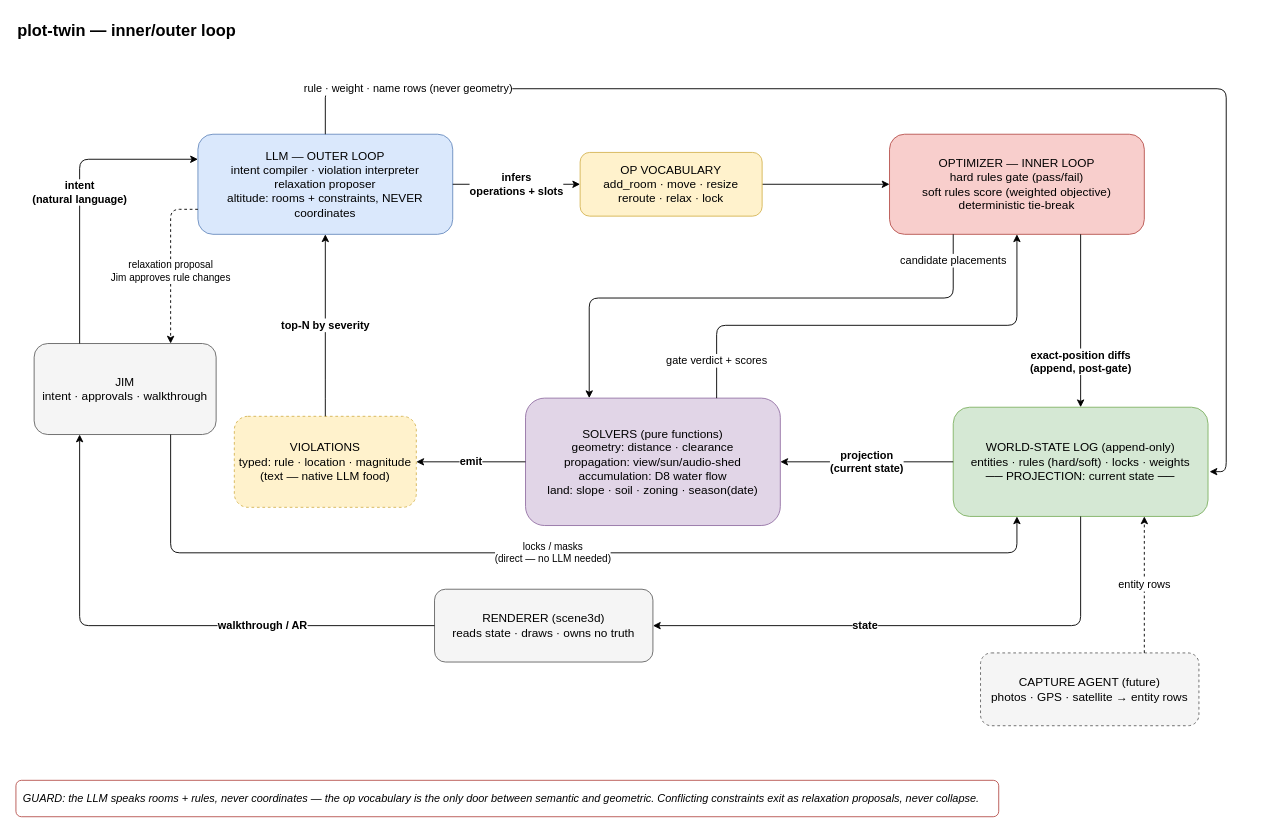
Earlier version of the draw.io diagram docs/architecture.drawio (jjrasche/plot-twin). Source tidied: cells renumbered, new cells numbered last; positions are measured from the earlier drawing's top-left corner, leaving out a move shared by most shapes. Both pictures are drawn from the tidied source at 91%, with x=0, y=0 at pixel (15, 15).
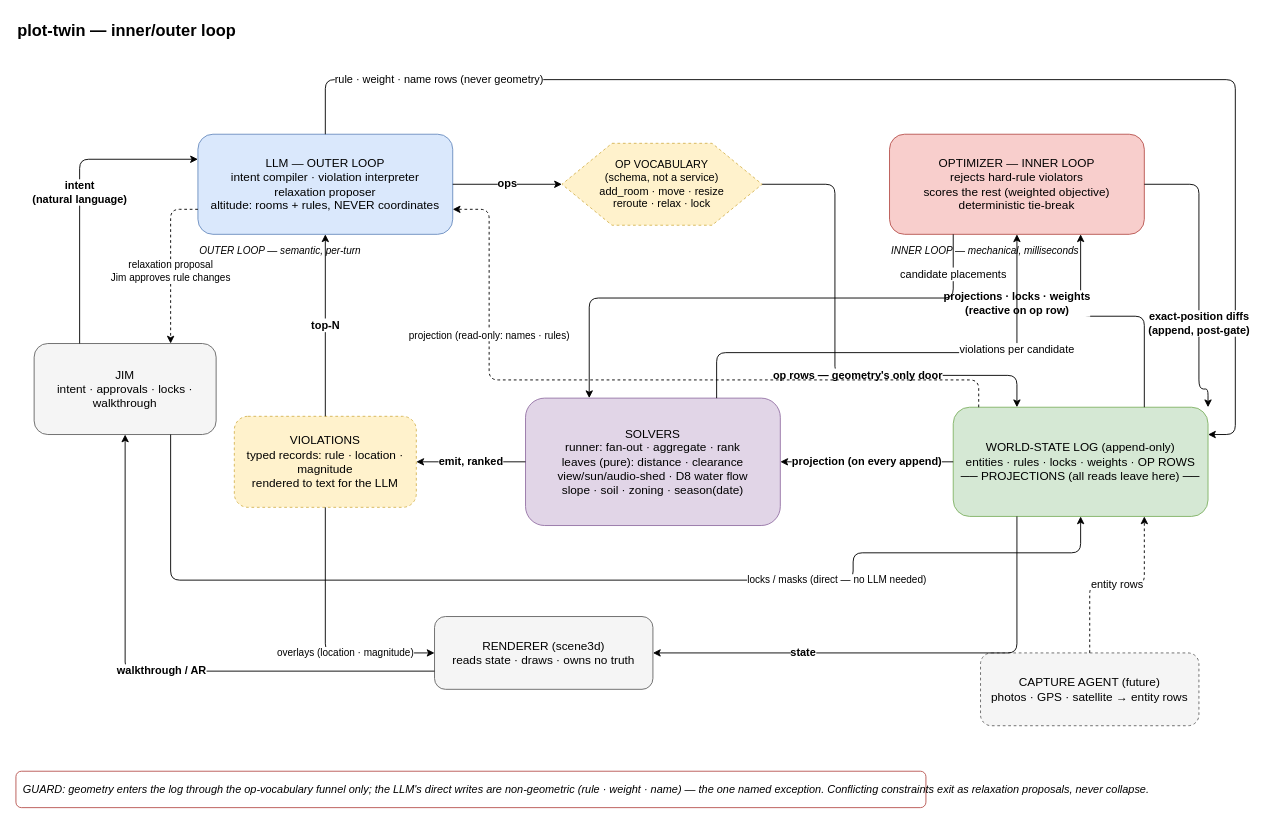
After the change.

Commit message (it also covers changes not shown here):
docs: zero-based-review redraw (ops-as-rows, one gate owner, read edges, overlays) + vision + roadmap

The change refers to these unchanged cells:
```xml
<mxCell id="12" value="CAPTURE AGENT (future)&#10;photos · GPS · satellite → entity rows" style="rounded=1;whiteSpace=wrap;html=1;fillColor=#f5f5f5;strokeColor=#666666;fontSize=13;dashed=1;" parent="1" vertex="1">
  <mxGeometry x="1060" y="700" width="240" height="80" as="geometry" />
</mxCell>
```

Diff of the diagram source:
```diff
@@
-    <mxCell id="3" value="JIM&#10;intent · approvals · walkthrough" style="rounded=1;whiteSpace=wrap;html=1;fillColor=#f5f5f5;strokeColor=#666666;fontSize=13;" parent="1" vertex="1">
+    <mxCell id="3" value="JIM&#10;intent · approvals · locks · walkthrough" style="rounded=1;whiteSpace=wrap;html=1;fillColor=#f5f5f5;strokeColor=#666666;fontSize=13;" parent="1" vertex="1">
       <mxGeometry x="20" y="360" width="200" height="100" as="geometry" />
     </mxCell>
-    <mxCell id="4" value="LLM — OUTER LOOP&#10;intent compiler · violation interpreter&#10;relaxation proposer&#10;altitude: rooms + constraints, NEVER coordinates" style="rounded=1;whiteSpace=wrap;html=1;fillColor=#dae8fc;strokeColor=#6c8ebf;fontSize=13;" parent="1" vertex="1">
+    <mxCell id="4" value="LLM — OUTER LOOP&#10;intent compiler · violation interpreter&#10;relaxation proposer&#10;altitude: rooms + rules, NEVER coordinates" style="rounded=1;whiteSpace=wrap;html=1;fillColor=#dae8fc;strokeColor=#6c8ebf;fontSize=13;" parent="1" vertex="1">
       <mxGeometry x="200" y="130" width="280" height="110" as="geometry" />
     </mxCell>
-    <mxCell id="5" style="edgeStyle=none;html=1;entryX=0;entryY=0.5;entryDx=0;entryDy=0;" parent="1" edge="1" source="6" target="7">
-      <mxGeometry relative="1" as="geometry" />
-    </mxCell>
-    <mxCell id="6" value="OP VOCABULARY&#10;add_room · move · resize&#10;reroute · relax · lock" style="rounded=1;whiteSpace=wrap;html=1;fillColor=#fff2cc;strokeColor=#d6b656;fontSize=13;" parent="1" vertex="1">
-      <mxGeometry x="620" y="150" width="200" height="70" as="geometry" />
+    <mxCell id="6" value="OP VOCABULARY&#10;(schema, not a service)&#10;add_room · move · resize&#10;reroute · relax · lock" style="shape=hexagon;perimeter=hexagonPerimeter2;whiteSpace=wrap;html=1;fillColor=#fff2cc;strokeColor=#d6b656;fontSize=12;dashed=1;" parent="1" vertex="1">
+      <mxGeometry x="600" y="140" width="220" height="90" as="geometry" />
     </mxCell>
-    <mxCell id="7" value="OPTIMIZER — INNER LOOP&#10;hard rules gate (pass/fail)&#10;soft rules score (weighted objective)&#10;deterministic tie-break" style="rounded=1;whiteSpace=wrap;html=1;fillColor=#f8cecc;strokeColor=#b85450;fontSize=13;" parent="1" vertex="1">
+    <mxCell id="7" value="OPTIMIZER — INNER LOOP&#10;rejects hard-rule violators&#10;scores the rest (weighted objective)&#10;deterministic tie-break" style="rounded=1;whiteSpace=wrap;html=1;fillColor=#f8cecc;strokeColor=#b85450;fontSize=13;" parent="1" vertex="1">
       <mxGeometry x="960" y="130" width="280" height="110" as="geometry" />
     </mxCell>
-    <mxCell id="8" value="WORLD-STATE LOG (append-only)&#10;entities · rules (hard/soft) · locks · weights&#10;── PROJECTION: current state ──" style="rounded=1;whiteSpace=wrap;html=1;fillColor=#d5e8d4;strokeColor=#82b366;fontSize=13;" parent="1" vertex="1">
+    <mxCell id="8" value="WORLD-STATE LOG (append-only)&#10;entities · rules · locks · weights · OP ROWS&#10;── PROJECTIONS (all reads leave here) ──" style="rounded=1;whiteSpace=wrap;html=1;fillColor=#d5e8d4;strokeColor=#82b366;fontSize=13;" parent="1" vertex="1">
       <mxGeometry x="1030" y="430" width="280" height="120" as="geometry" />
     </mxCell>
-    <mxCell id="9" value="SOLVERS (pure functions)&#10;geometry: distance · clearance&#10;propagation: view/sun/audio-shed&#10;accumulation: D8 water flow&#10;land: slope · soil · zoning · season(date)" style="rounded=1;whiteSpace=wrap;html=1;fillColor=#e1d5e7;strokeColor=#9673a6;fontSize=13;" parent="1" vertex="1">
+    <mxCell id="9" value="SOLVERS&#10;runner: fan-out · aggregate · rank&#10;leaves (pure): distance · clearance&#10;view/sun/audio-shed · D8 water flow&#10;slope · soil · zoning · season(date)" style="rounded=1;whiteSpace=wrap;html=1;fillColor=#e1d5e7;strokeColor=#9673a6;fontSize=13;" parent="1" vertex="1">
       <mxGeometry x="560" y="420" width="280" height="140" as="geometry" />
     </mxCell>
-    <mxCell id="10" value="VIOLATIONS&#10;typed: rule · location · magnitude&#10;(text — native LLM food)" style="rounded=1;whiteSpace=wrap;html=1;fillColor=#fff2cc;strokeColor=#d6b656;fontSize=13;dashed=1;" parent="1" vertex="1">
+    <mxCell id="10" value="VIOLATIONS&#10;typed records: rule · location · magnitude&#10;rendered to text for the LLM" style="rounded=1;whiteSpace=wrap;html=1;fillColor=#fff2cc;strokeColor=#d6b656;fontSize=13;dashed=1;" parent="1" vertex="1">
       <mxGeometry x="240" y="440" width="200" height="100" as="geometry" />
     </mxCell>
     <mxCell id="11" value="RENDERER (scene3d)&#10;reads state · draws · owns no truth" style="rounded=1;whiteSpace=wrap;html=1;fillColor=#f5f5f5;strokeColor=#666666;fontSize=13;" parent="1" vertex="1">
-      <mxGeometry x="460" y="630" width="240" height="80" as="geometry" />
+      <mxGeometry x="460" y="660" width="240" height="80" as="geometry" />
     </mxCell>
@@
-    <mxCell id="13" value="intent&lt;br&gt;(natural language)" style="edgeStyle=orthogonalEdgeStyle;rounded=1;html=1;fontSize=12;fontStyle=1;exitX=0.25;exitY=0;entryX=0;entryY=0.25;exitDx=0;exitDy=0;entryDx=0;entryDy=0;" parent="1" edge="1" source="3" target="4">
+    <mxCell id="13" value="intent&#10;(natural language)" style="edgeStyle=orthogonalEdgeStyle;rounded=1;html=1;fontSize=12;fontStyle=1;exitX=0.25;exitY=0;entryX=0;entryY=0.25;" parent="1" edge="1" source="3" target="4">
       <mxGeometry relative="1" as="geometry">
         <Array as="points">
           <mxPoint x="70" y="158" />
         </Array>
       </mxGeometry>
     </mxCell>
-    <mxCell id="14" value="relaxation proposal&lt;br&gt;Jim approves rule changes" style="edgeStyle=orthogonalEdgeStyle;rounded=1;html=1;fontSize=11;dashed=1;exitX=0;exitY=0.75;entryX=0.75;entryY=0;entryDx=0;entryDy=0;exitDx=0;exitDy=0;" parent="1" edge="1" source="4" target="3">
+    <mxCell id="14" value="relaxation proposal&#10;Jim approves rule changes" style="edgeStyle=orthogonalEdgeStyle;rounded=1;html=1;fontSize=11;dashed=1;exitX=0;exitY=0.75;entryX=0.75;entryY=0;" parent="1" edge="1" source="4" target="3">
       <mxGeometry x="0.1" relative="1" as="geometry">
         <Array as="points">
           <mxPoint x="170" y="213" />
         </Array>
       </mxGeometry>
     </mxCell>
-    <mxCell id="15" value="infers &lt;br&gt;operations + slots" style="edgeStyle=orthogonalEdgeStyle;rounded=1;html=1;fontSize=12;fontStyle=1;exitX=1;exitY=0.5;entryX=0;entryY=0.5;" parent="1" edge="1" source="4" target="6">
+    <mxCell id="15" value="ops" style="edgeStyle=orthogonalEdgeStyle;rounded=1;html=1;fontSize=12;fontStyle=1;exitX=1;exitY=0.5;entryX=0;entryY=0.5;" parent="1" edge="1" source="4" target="6">
       <mxGeometry relative="1" as="geometry" />
     </mxCell>
+    <mxCell id="28" value="op rows — geometry's only door" style="edgeStyle=orthogonalEdgeStyle;rounded=1;html=1;fontSize=12;fontStyle=1;exitX=1;exitY=0.5;entryX=0.25;entryY=0;" parent="1" edge="1" source="6" target="8">
+      <mxGeometry x="0.2" relative="1" as="geometry">
+        <Array as="points">
+          <mxPoint x="900" y="185" />
+          <mxPoint x="900" y="395" />
+          <mxPoint x="1100" y="395" />
+        </Array>
+      </mxGeometry>
+    </mxCell>
-    <mxCell id="16" value="rule · weight · name rows (never geometry)" style="edgeStyle=orthogonalEdgeStyle;rounded=1;html=1;fontSize=12;exitX=0.5;exitY=0;entryX=1.006;entryY=0.59;entryDx=0;entryDy=0;entryPerimeter=0;exitDx=0;exitDy=0;" parent="1" edge="1" source="4" target="8">
-      <mxGeometry x="-0.81" relative="1" as="geometry">
+    <mxCell id="16" value="rule · weight · name rows (never geometry)" style="edgeStyle=orthogonalEdgeStyle;rounded=1;html=1;fontSize=12;exitX=0.5;exitY=0;entryX=1;entryY=0.25;entryDx=0;entryDy=0;" parent="1" edge="1" source="4" target="8">
+      <mxGeometry x="-0.75" relative="1" as="geometry">
         <Array as="points">
-          <mxPoint x="340" y="80" />
-          <mxPoint x="1330" y="80" />
-          <mxPoint x="1330" y="500" />
+          <mxPoint x="340" y="70" />
+          <mxPoint x="1340" y="70" />
+          <mxPoint x="1340" y="460" />
         </Array>
       </mxGeometry>
     </mxCell>
+    <mxCell id="29" value="projections · locks · weights&#10;(reactive on op row)" style="edgeStyle=orthogonalEdgeStyle;rounded=1;html=1;fontSize=12;fontStyle=1;exitX=0.75;exitY=0;entryX=0.75;entryY=1;" parent="1" edge="1" source="8" target="7">
+      <mxGeometry x="0.55" relative="1" as="geometry">
+        <Array as="points">
+          <mxPoint x="1240" y="330" />
+          <mxPoint x="1170" y="330" />
+        </Array>
+        <mxPoint x="-70" y="18" as="offset" />
+      </mxGeometry>
+    </mxCell>
-    <mxCell id="17" value="exact-position diffs&lt;br&gt;(append, post-gate)" style="edgeStyle=orthogonalEdgeStyle;rounded=1;html=1;fontSize=12;fontStyle=1;exitX=0.75;exitY=1;exitDx=0;exitDy=0;entryX=0.5;entryY=0;entryDx=0;entryDy=0;" parent="1" edge="1" source="7" target="8">
-      <mxGeometry x="0.47" relative="1" as="geometry">
+    <mxCell id="17" value="exact-position diffs&#10;(append, post-gate)" style="edgeStyle=orthogonalEdgeStyle;rounded=1;html=1;fontSize=12;fontStyle=1;exitX=1;exitY=0.5;entryX=1;entryY=0;" parent="1" edge="1" source="7" target="8">
+      <mxGeometry x="0.35" relative="1" as="geometry">
         <Array as="points">
-          <mxPoint x="1170" y="430" />
+          <mxPoint x="1300" y="185" />
+          <mxPoint x="1300" y="410" />
+          <mxPoint x="1310" y="410" />
         </Array>
       </mxGeometry>
     </mxCell>
-    <mxCell id="18" value="candidate placements" style="edgeStyle=orthogonalEdgeStyle;rounded=1;html=1;fontSize=12;exitX=0.25;exitY=1;entryX=0.25;entryY=0;entryDx=0;entryDy=0;exitDx=0;exitDy=0;" parent="1" edge="1" source="7" target="9">
-      <mxGeometry x="-0.9" relative="1" as="geometry">
+    <mxCell id="18" value="candidate placements" style="edgeStyle=orthogonalEdgeStyle;rounded=1;html=1;fontSize=12;exitX=0.25;exitY=1;entryX=0.25;entryY=0;" parent="1" edge="1" source="7" target="9">
+      <mxGeometry x="-0.85" relative="1" as="geometry">
         <Array as="points">
           <mxPoint x="1030" y="310" />
           <mxPoint x="630" y="310" />
         </Array>
       </mxGeometry>
     </mxCell>
-    <mxCell id="19" value="gate verdict + scores" style="edgeStyle=orthogonalEdgeStyle;rounded=1;html=1;fontSize=12;exitX=0.75;exitY=0;entryX=0.5;entryY=1;entryDx=0;entryDy=0;exitDx=0;exitDy=0;" parent="1" edge="1" source="9" target="7">
-      <mxGeometry x="-0.84" relative="1" as="geometry">
+    <mxCell id="19" value="violations per candidate" style="edgeStyle=orthogonalEdgeStyle;rounded=1;html=1;fontSize=12;exitX=0.75;exitY=0;entryX=0.5;entryY=1;" parent="1" edge="1" source="9" target="7">
+      <mxGeometry x="0.5" relative="1" as="geometry">
         <Array as="points">
-          <mxPoint x="770" y="340" />
-          <mxPoint x="1100" y="340" />
+          <mxPoint x="770" y="370" />
+          <mxPoint x="1100" y="370" />
         </Array>
       </mxGeometry>
     </mxCell>
-    <mxCell id="20" value="projection&lt;br&gt;(current state)" style="edgeStyle=orthogonalEdgeStyle;rounded=1;html=1;fontSize=12;fontStyle=1;exitX=0;exitY=0.5;entryX=1;entryY=0.5;entryDx=0;entryDy=0;exitDx=0;exitDy=0;" parent="1" edge="1" source="8" target="9">
+    <mxCell id="20" value="projection (on every append)" style="edgeStyle=orthogonalEdgeStyle;rounded=1;html=1;fontSize=12;fontStyle=1;exitX=0;exitY=0.5;entryX=1;entryY=0.5;" parent="1" edge="1" source="8" target="9">
       <mxGeometry relative="1" as="geometry" />
     </mxCell>
+    <mxCell id="30" value="projection (read-only: names · rules)" style="edgeStyle=orthogonalEdgeStyle;rounded=1;html=1;fontSize=11;dashed=1;exitX=0.1;exitY=0;entryX=1;entryY=0.75;" parent="1" edge="1" source="8" target="4">
+      <mxGeometry x="0.55" relative="1" as="geometry">
+        <Array as="points">
+          <mxPoint x="1058" y="400" />
+          <mxPoint x="520" y="400" />
+          <mxPoint x="520" y="213" />
+        </Array>
+      </mxGeometry>
+    </mxCell>
-    <mxCell id="21" value="emit" style="edgeStyle=orthogonalEdgeStyle;rounded=1;html=1;fontSize=12;fontStyle=1;exitX=0;exitY=0.5;entryX=1;entryY=0.5;" parent="1" edge="1" source="9" target="10">
+    <mxCell id="21" value="emit, ranked" style="edgeStyle=orthogonalEdgeStyle;rounded=1;html=1;fontSize=12;fontStyle=1;exitX=0;exitY=0.5;entryX=1;entryY=0.5;" parent="1" edge="1" source="9" target="10">
       <mxGeometry relative="1" as="geometry" />
     </mxCell>
-    <mxCell id="22" value="top-N by severity" style="edgeStyle=orthogonalEdgeStyle;rounded=1;html=1;fontSize=12;fontStyle=1;exitX=0.5;exitY=0;entryX=0.5;entryY=1;" parent="1" edge="1" source="10" target="4">
-      <mxGeometry relative="1" as="geometry">
-        <Array as="points">
-          <mxPoint x="340" y="410" />
-          <mxPoint x="340" y="410" />
-        </Array>
-      </mxGeometry>
+    <mxCell id="22" value="top-N" style="edgeStyle=orthogonalEdgeStyle;rounded=1;html=1;fontSize=12;fontStyle=1;exitX=0.5;exitY=0;entryX=0.5;entryY=1;" parent="1" edge="1" source="10" target="4">
+      <mxGeometry relative="1" as="geometry" />
     </mxCell>
-    <mxCell id="23" value="locks / masks&lt;br&gt;(direct — no LLM needed)" style="edgeStyle=orthogonalEdgeStyle;rounded=1;html=1;fontSize=11;entryX=0.25;entryY=1;entryDx=0;entryDy=0;exitX=0.75;exitY=1;exitDx=0;exitDy=0;" parent="1" edge="1" source="3" target="8">
-      <mxGeometry relative="1" as="geometry">
-        <Array as="points">
-          <mxPoint x="170" y="590" />
-          <mxPoint x="1100" y="590" />
-        </Array>
-      </mxGeometry>
-    </mxCell>
+    <mxCell id="31" value="overlays (location · magnitude)" style="edgeStyle=orthogonalEdgeStyle;rounded=1;html=1;fontSize=11;exitX=0.5;exitY=1;entryX=0;entryY=0.5;" parent="1" edge="1" source="10" target="11">
+      <mxGeometry x="0.3" relative="1" as="geometry">
+        <Array as="points">
+          <mxPoint x="340" y="700" />
+        </Array>
+      </mxGeometry>
+    </mxCell>
-    <mxCell id="24" value="state" style="edgeStyle=orthogonalEdgeStyle;rounded=1;html=1;fontSize=12;fontStyle=1;exitX=0.5;exitY=1;entryX=1;entryY=0.5;exitDx=0;exitDy=0;" parent="1" edge="1" source="8" target="11">
-      <mxGeometry x="0.21" relative="1" as="geometry">
+    <mxCell id="24" value="state" style="edgeStyle=orthogonalEdgeStyle;rounded=1;html=1;fontSize=12;fontStyle=1;exitX=0.25;exitY=1;entryX=1;entryY=0.5;" parent="1" edge="1" source="8" target="11">
+      <mxGeometry x="0.4" relative="1" as="geometry">
         <Array as="points">
-          <mxPoint x="1170" y="670" />
+          <mxPoint x="1100" y="700" />
         </Array>
       </mxGeometry>
     </mxCell>
-    <mxCell id="25" value="walkthrough / AR" style="edgeStyle=orthogonalEdgeStyle;rounded=1;html=1;fontSize=12;fontStyle=1;exitX=0;exitY=0.5;entryX=0.25;entryY=1;entryDx=0;entryDy=0;" parent="1" edge="1" source="11" target="3">
-      <mxGeometry x="-0.37" relative="1" as="geometry">
+    <mxCell id="25" value="walkthrough / AR" style="edgeStyle=orthogonalEdgeStyle;rounded=1;html=1;fontSize=12;fontStyle=1;exitX=0;exitY=0.75;entryX=0.5;entryY=1;" parent="1" edge="1" source="11" target="3">
+      <mxGeometry relative="1" as="geometry">
         <Array as="points">
-          <mxPoint x="70" y="670" />
+          <mxPoint x="120" y="720" />
         </Array>
       </mxGeometry>
     </mxCell>
+    <mxCell id="23" value="locks / masks (direct — no LLM needed)" style="edgeStyle=orthogonalEdgeStyle;rounded=1;html=1;fontSize=11;exitX=0.75;exitY=1;entryX=0.5;entryY=1;" parent="1" edge="1" source="3" target="8">
+      <mxGeometry x="0.45" relative="1" as="geometry">
+        <Array as="points">
+          <mxPoint x="170" y="620" />
+          <mxPoint x="920" y="620" />
+          <mxPoint x="920" y="590" />
+          <mxPoint x="1170" y="590" />
+        </Array>
+      </mxGeometry>
+    </mxCell>
-    <mxCell id="26" value="entity rows" style="edgeStyle=orthogonalEdgeStyle;rounded=1;html=1;fontSize=12;dashed=1;exitX=0.75;exitY=0;entryX=0.75;entryY=1;exitDx=0;exitDy=0;" parent="1" edge="1" source="12" target="8">
+    <mxCell id="26" value="entity rows" style="edgeStyle=orthogonalEdgeStyle;rounded=1;html=1;fontSize=12;dashed=1;exitX=0.5;exitY=0;entryX=0.75;entryY=1;" parent="1" edge="1" source="12" target="8">
       <mxGeometry relative="1" as="geometry" />
     </mxCell>
+    <mxCell id="32" value="OUTER LOOP — semantic, per-turn" style="text;html=1;fontSize=11;fontStyle=2;align=left;" parent="1" vertex="1">
+      <mxGeometry x="200" y="245" width="220" height="20" as="geometry" />
+    </mxCell>
+    <mxCell id="33" value="INNER LOOP — mechanical, milliseconds" style="text;html=1;fontSize=11;fontStyle=2;align=left;" parent="1" vertex="1">
+      <mxGeometry x="960" y="245" width="240" height="20" as="geometry" />
+    </mxCell>
-    <mxCell id="27" value="GUARD: the LLM speaks rooms + rules, never coordinates — the op vocabulary is the only door between semantic and geometric. Conflicting constraints exit as relaxation proposals, never collapse." style="text;html=1;fontSize=12;fontStyle=2;align=left;strokeColor=#b85450;fillColor=none;rounded=1;spacing=8;" parent="1" vertex="1">
-      <mxGeometry y="840" width="1080" height="40" as="geometry" />
+    <mxCell id="27" value="GUARD: geometry enters the log through the op-vocabulary funnel only; the LLM's direct writes are non-geometric (rule · weight · name) — the one named exception. Conflicting constraints exit as relaxation proposals, never collapse." style="text;html=1;fontSize=12;fontStyle=2;align=left;strokeColor=#b85450;fillColor=none;rounded=1;spacing=8;" parent="1" vertex="1">
+      <mxGeometry y="830" width="1000" height="40" as="geometry" />
     </mxCell>
```
